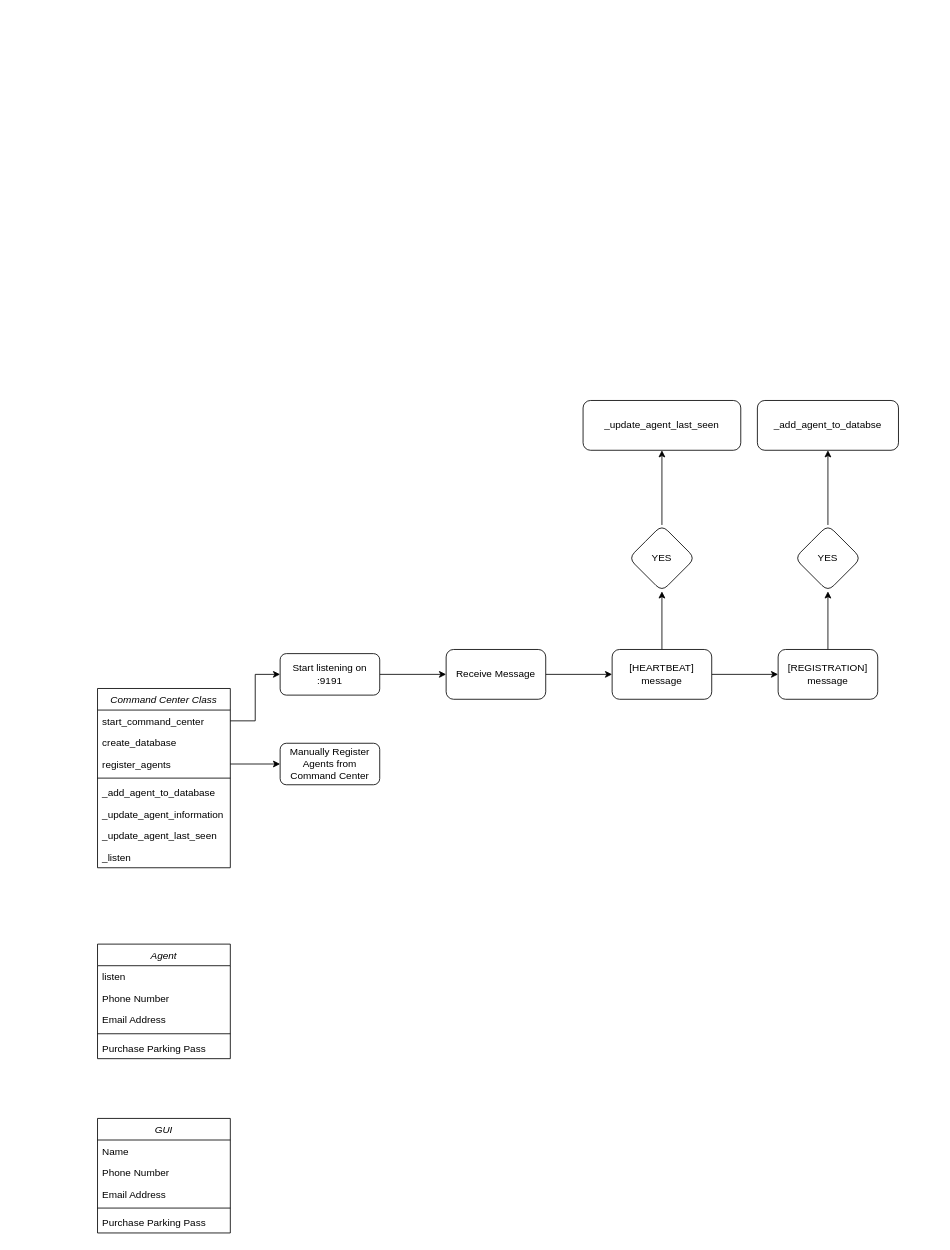
The draw.io diagram Overview.drawio in LooseDevGoose/Achilles, before the edit. Source tidied: cells renumbered, new cells numbered last; positions are measured from the earlier drawing's top-left corner, leaving out a move shared by most shapes. Both pictures are drawn from the tidied source at 83%, with x=0, y=0 at pixel (97, 400).
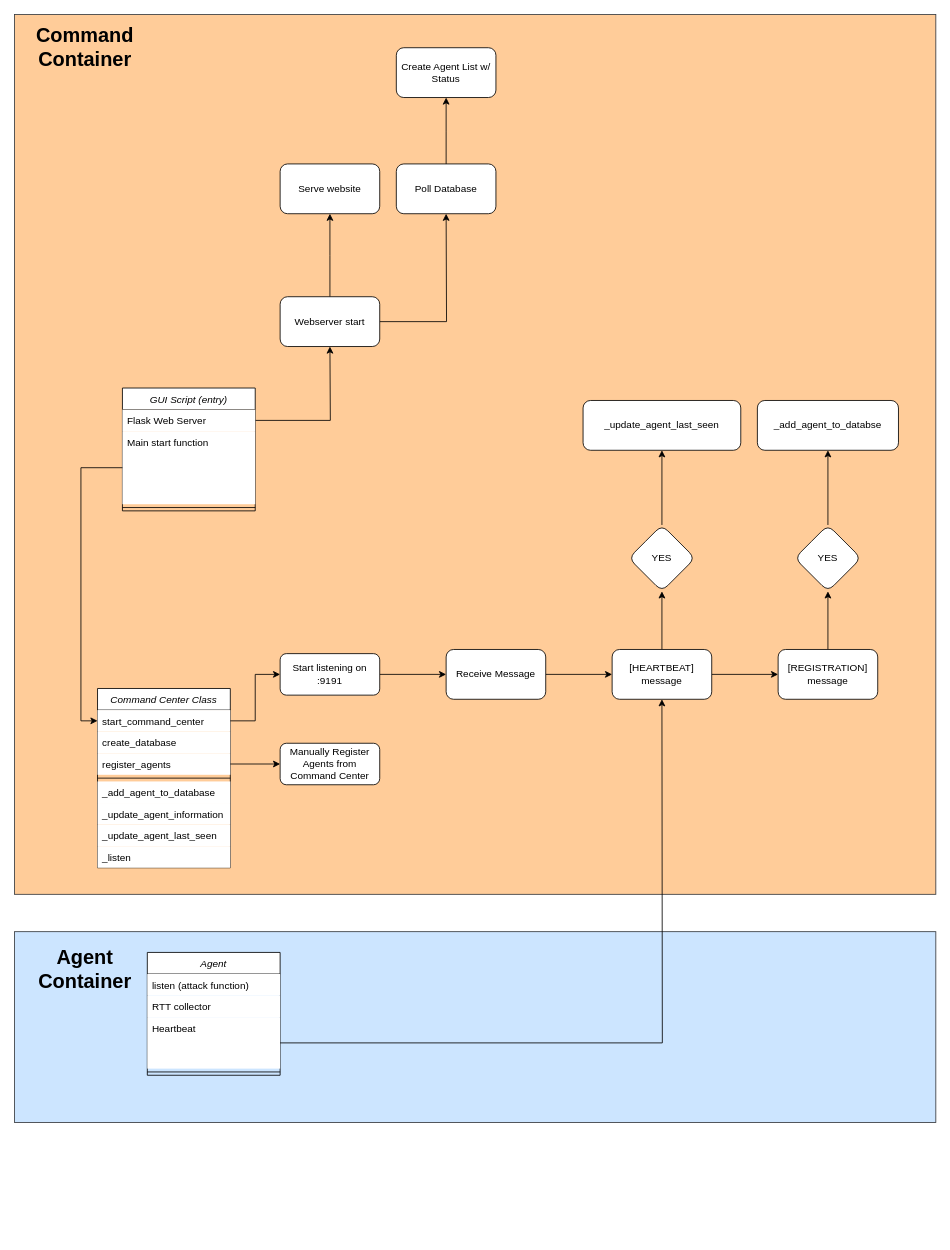
The same diagram, later.

Unchanged cells that the change refers to:
```xml
<mxCell id="2" value="Command Center Class&#10;" style="swimlane;fontStyle=2;align=center;verticalAlign=top;horizontal=1;startSize=26;rounded=0;shadow=0;strokeWidth=1;" parent="1" vertex="1">
  <mxGeometry y="347" width="160" height="216" as="geometry" />
</mxCell>
```

The edit, as a diff of the source:
```diff
@@
+    <mxCell id="41" style="rounded=0;whiteSpace=wrap;html=1;fillColor=#cce5ff;strokeColor=#36393d;" parent="1" vertex="1">
+      <mxGeometry x="-100" y="640" width="1110" height="230" as="geometry" />
+    </mxCell>
+    <mxCell id="42" style="rounded=0;whiteSpace=wrap;html=1;fillColor=#ffcc99;strokeColor=#36393d;" parent="1" vertex="1">
+      <mxGeometry x="-100" y="-465" width="1110" height="1060" as="geometry" />
+    </mxCell>
@@
-    <mxCell id="3" value="start_command_center" style="text;align=left;verticalAlign=top;spacingLeft=4;spacingRight=4;overflow=hidden;points=[[0,0.5],[1,0.5]];portConstraint=eastwest;rounded=0;shadow=0;html=0;" parent="2" vertex="1">
+    <mxCell id="3" value="start_command_center" style="text;align=left;verticalAlign=top;spacingLeft=4;spacingRight=4;overflow=hidden;points=[[0,0.5],[1,0.5]];portConstraint=eastwest;rounded=0;shadow=0;html=0;fillColor=default;" parent="2" vertex="1">
       <mxGeometry y="26" width="160" height="26" as="geometry" />
     </mxCell>
-    <mxCell id="4" value="create_database" style="text;align=left;verticalAlign=top;spacingLeft=4;spacingRight=4;overflow=hidden;" parent="2" vertex="1">
+    <mxCell id="4" value="create_database" style="text;align=left;verticalAlign=top;spacingLeft=4;spacingRight=4;overflow=hidden;fillColor=default;" parent="2" vertex="1">
       <mxGeometry y="52" width="160" height="26" as="geometry" />
     </mxCell>
-    <mxCell id="5" value="register_agents" style="text;align=left;verticalAlign=top;spacingLeft=4;spacingRight=4;overflow=hidden;points=[[0,0.5],[1,0.5]];portConstraint=eastwest;rounded=0;shadow=0;html=0;" parent="2" vertex="1">
+    <mxCell id="5" value="register_agents" style="text;align=left;verticalAlign=top;spacingLeft=4;spacingRight=4;overflow=hidden;points=[[0,0.5],[1,0.5]];portConstraint=eastwest;rounded=0;shadow=0;html=0;fillColor=default;" parent="2" vertex="1">
       <mxGeometry y="78" width="160" height="26" as="geometry" />
     </mxCell>
@@
-    <mxCell id="7" value="_add_agent_to_database" style="text;align=left;verticalAlign=top;spacingLeft=4;spacingRight=4;overflow=hidden;rounded=0;shadow=0;html=0;" parent="2" vertex="1">
+    <mxCell id="7" value="_add_agent_to_database" style="text;align=left;verticalAlign=top;spacingLeft=4;spacingRight=4;overflow=hidden;rounded=0;shadow=0;html=0;fillColor=default;" parent="2" vertex="1">
       <mxGeometry y="112" width="160" height="26" as="geometry" />
     </mxCell>
-    <mxCell id="8" value="_update_agent_information" style="text;align=left;verticalAlign=top;spacingLeft=4;spacingRight=4;overflow=hidden;" parent="2" vertex="1">
+    <mxCell id="8" value="_update_agent_information" style="text;align=left;verticalAlign=top;spacingLeft=4;spacingRight=4;overflow=hidden;fillColor=default;" parent="2" vertex="1">
       <mxGeometry y="138" width="160" height="26" as="geometry" />
     </mxCell>
-    <mxCell id="9" value="_update_agent_last_seen" style="text;align=left;verticalAlign=top;spacingLeft=4;spacingRight=4;overflow=hidden;" parent="2" vertex="1">
+    <mxCell id="9" value="_update_agent_last_seen" style="text;align=left;verticalAlign=top;spacingLeft=4;spacingRight=4;overflow=hidden;fillColor=default;" parent="2" vertex="1">
       <mxGeometry y="164" width="160" height="26" as="geometry" />
     </mxCell>
-    <mxCell id="10" value="_listen" style="text;align=left;verticalAlign=top;spacingLeft=4;spacingRight=4;overflow=hidden;" parent="2" vertex="1">
+    <mxCell id="10" value="_listen" style="text;align=left;verticalAlign=top;spacingLeft=4;spacingRight=4;overflow=hidden;fillColor=default;" parent="2" vertex="1">
       <mxGeometry y="190" width="160" height="26" as="geometry" />
     </mxCell>
     <mxCell id="11" value="Agent&#10;" style="swimlane;fontStyle=2;align=center;verticalAlign=top;horizontal=1;startSize=26;rounded=0;shadow=0;strokeWidth=1;" parent="1" vertex="1">
-      <mxGeometry y="655" width="160" height="138" as="geometry" />
+      <mxGeometry x="60" y="665" width="160" height="148" as="geometry" />
     </mxCell>
-    <mxCell id="12" value="listen" style="text;align=left;verticalAlign=top;spacingLeft=4;spacingRight=4;overflow=hidden;" parent="11" vertex="1">
+    <mxCell id="12" value="listen (attack function)" style="text;align=left;verticalAlign=top;spacingLeft=4;spacingRight=4;overflow=hidden;fillColor=default;" parent="11" vertex="1">
       <mxGeometry y="26" width="160" height="26" as="geometry" />
     </mxCell>
-    <mxCell id="13" value="Phone Number" style="text;align=left;verticalAlign=top;spacingLeft=4;spacingRight=4;overflow=hidden;rounded=0;shadow=0;html=0;" parent="11" vertex="1">
+    <mxCell id="13" value="RTT collector&#10;" style="text;align=left;verticalAlign=top;spacingLeft=4;spacingRight=4;overflow=hidden;rounded=0;shadow=0;html=0;fillColor=default;" parent="11" vertex="1">
       <mxGeometry y="52" width="160" height="26" as="geometry" />
     </mxCell>
-    <mxCell id="14" value="Email Address" style="text;align=left;verticalAlign=top;spacingLeft=4;spacingRight=4;overflow=hidden;rounded=0;shadow=0;html=0;" parent="11" vertex="1">
-      <mxGeometry y="78" width="160" height="26" as="geometry" />
-    </mxCell>
+    <mxCell id="43" value="Heartbeat" style="text;align=left;verticalAlign=top;spacingLeft=4;spacingRight=4;overflow=hidden;points=[[0,0.5],[1,0.5]];portConstraint=eastwest;rounded=0;shadow=0;html=0;fillColor=default;" parent="11" vertex="1">
+      <mxGeometry y="78" width="160" height="62" as="geometry" />
+    </mxCell>
     <mxCell id="15" style="line;html=1;strokeWidth=1;align=left;verticalAlign=middle;spacingTop=-1;spacingLeft=3;spacingRight=3;labelPosition=right;" parent="11" vertex="1">
-      <mxGeometry y="104" width="160" height="8" as="geometry" />
+      <mxGeometry y="140" width="160" height="8" as="geometry" />
     </mxCell>
-    <mxCell id="16" value="Purchase Parking Pass" style="text;align=left;verticalAlign=top;spacingLeft=4;spacingRight=4;overflow=hidden;" parent="11" vertex="1">
-      <mxGeometry y="112" width="160" height="26" as="geometry" />
-    </mxCell>
-    <mxCell id="17" value="GUI" style="swimlane;fontStyle=2;align=center;verticalAlign=top;horizontal=1;startSize=26;rounded=0;shadow=0;strokeWidth=1;" parent="1" vertex="1">
-      <mxGeometry y="865" width="160" height="138" as="geometry" />
+    <mxCell id="17" value="GUI Script (entry)" style="swimlane;fontStyle=2;align=center;verticalAlign=top;horizontal=1;startSize=26;rounded=0;shadow=0;strokeWidth=1;" parent="1" vertex="1">
+      <mxGeometry x="30" y="-15" width="160" height="148" as="geometry" />
     </mxCell>
+    <mxCell id="44" style="edgeStyle=orthogonalEdgeStyle;rounded=0;jettySize=auto;html=1;" parent="17" edge="1" source="18">
+      <mxGeometry relative="1" as="geometry">
+        <mxPoint x="250" y="-50" as="targetPoint" />
+      </mxGeometry>
+    </mxCell>
-    <mxCell id="18" value="Name" style="text;align=left;verticalAlign=top;spacingLeft=4;spacingRight=4;overflow=hidden;points=[[0,0.5],[1,0.5]];portConstraint=eastwest;" parent="17" vertex="1">
+    <mxCell id="18" value="Flask Web Server" style="text;align=left;verticalAlign=top;spacingLeft=4;spacingRight=4;overflow=hidden;points=[[0,0.5],[1,0.5]];portConstraint=eastwest;fillColor=default;" parent="17" vertex="1">
       <mxGeometry y="26" width="160" height="26" as="geometry" />
     </mxCell>
-    <mxCell id="19" value="Phone Number" style="text;align=left;verticalAlign=top;spacingLeft=4;spacingRight=4;overflow=hidden;rounded=0;shadow=0;html=0;" parent="17" vertex="1">
-      <mxGeometry y="52" width="160" height="26" as="geometry" />
-    </mxCell>
-    <mxCell id="20" value="Email Address" style="text;align=left;verticalAlign=top;spacingLeft=4;spacingRight=4;overflow=hidden;points=[[0,0.5],[1,0.5]];portConstraint=eastwest;rounded=0;shadow=0;html=0;" parent="17" vertex="1">
-      <mxGeometry y="78" width="160" height="26" as="geometry" />
+    <mxCell id="20" value="Main start function" style="text;align=left;verticalAlign=top;spacingLeft=4;spacingRight=4;overflow=hidden;points=[[0,0.5],[1,0.5]];portConstraint=eastwest;rounded=0;shadow=0;html=0;glass=0;fillColor=default;" parent="17" vertex="1">
+      <mxGeometry y="52" width="160" height="88" as="geometry" />
     </mxCell>
-    <mxCell id="21" style="line;html=1;strokeWidth=1;align=left;verticalAlign=middle;spacingTop=-1;spacingLeft=3;spacingRight=3;labelPosition=right;" parent="17" vertex="1">
-      <mxGeometry y="104" width="160" height="8" as="geometry" />
+    <mxCell id="21" style="line;html=1;strokeWidth=1;align=left;verticalAlign=middle;spacingTop=-1;spacingLeft=3;spacingRight=3;labelPosition=right;fillColor=default;" parent="17" vertex="1">
+      <mxGeometry y="140" width="160" height="8" as="geometry" />
     </mxCell>
-    <mxCell id="22" value="Purchase Parking Pass" style="text;align=left;verticalAlign=top;spacingLeft=4;spacingRight=4;overflow=hidden;" parent="17" vertex="1">
-      <mxGeometry y="112" width="160" height="26" as="geometry" />
-    </mxCell>
@@
+    <mxCell id="45" style="edgeStyle=orthogonalEdgeStyle;rounded=0;jettySize=auto;html=1;entryX=0.5;entryY=1;entryDx=0;entryDy=0;exitX=1;exitY=0.5;exitDx=0;exitDy=0;" parent="1" edge="1" source="43">
+      <mxGeometry relative="1" as="geometry">
+        <mxPoint x="680" y="360" as="targetPoint" />
+      </mxGeometry>
+    </mxCell>
+    <mxCell id="46" style="edgeStyle=orthogonalEdgeStyle;rounded=0;jettySize=auto;html=1;entryX=0;entryY=0.5;entryDx=0;entryDy=0;" parent="1" edge="1" source="20" target="3">
+      <mxGeometry relative="1" as="geometry" />
+    </mxCell>
+    <mxCell id="47" style="edgeStyle=orthogonalEdgeStyle;rounded=0;jettySize=auto;html=1;" parent="1" edge="1" source="49">
+      <mxGeometry relative="1" as="geometry">
+        <mxPoint x="280" y="-225" as="targetPoint" />
+      </mxGeometry>
+    </mxCell>
+    <mxCell id="48" style="edgeStyle=orthogonalEdgeStyle;rounded=0;jettySize=auto;html=1;" parent="1" edge="1" source="49">
+      <mxGeometry relative="1" as="geometry">
+        <mxPoint x="420" y="-225" as="targetPoint" />
+      </mxGeometry>
+    </mxCell>
+    <mxCell id="49" value="Webserver start" style="whiteSpace=wrap;html=1;rounded=1;" parent="1" vertex="1">
+      <mxGeometry x="220" y="-125" width="120" height="60" as="geometry" />
+    </mxCell>
+    <mxCell id="50" value="Serve website" style="whiteSpace=wrap;html=1;rounded=1;" parent="1" vertex="1">
+      <mxGeometry x="220" y="-285" width="120" height="60" as="geometry" />
+    </mxCell>
+    <mxCell id="51" style="edgeStyle=orthogonalEdgeStyle;rounded=0;jettySize=auto;html=1;" parent="1" edge="1" source="52">
+      <mxGeometry relative="1" as="geometry">
+        <mxPoint x="420" y="-365" as="targetPoint" />
+      </mxGeometry>
+    </mxCell>
+    <mxCell id="52" value="Poll Database" style="whiteSpace=wrap;html=1;rounded=1;" parent="1" vertex="1">
+      <mxGeometry x="360" y="-285" width="120" height="60" as="geometry" />
+    </mxCell>
+    <mxCell id="53" value="Create Agent List w/ Status" style="whiteSpace=wrap;html=1;rounded=1;" parent="1" vertex="1">
+      <mxGeometry x="360" y="-425" width="120" height="60" as="geometry" />
+    </mxCell>
+    <mxCell id="54" value="Agent Container" style="text;html=1;strokeColor=none;fillColor=none;align=center;verticalAlign=middle;whiteSpace=wrap;rounded=0;fontSize=24;fontStyle=1;" parent="1" vertex="1">
+      <mxGeometry x="-90" y="655" width="150" height="60" as="geometry" />
+    </mxCell>
+    <mxCell id="55" value="Command Container" style="text;html=1;strokeColor=none;fillColor=none;align=center;verticalAlign=middle;whiteSpace=wrap;rounded=0;fontSize=24;fontStyle=1;" parent="1" vertex="1">
+      <mxGeometry x="-90" y="-455" width="150" height="60" as="geometry" />
+    </mxCell>
```
